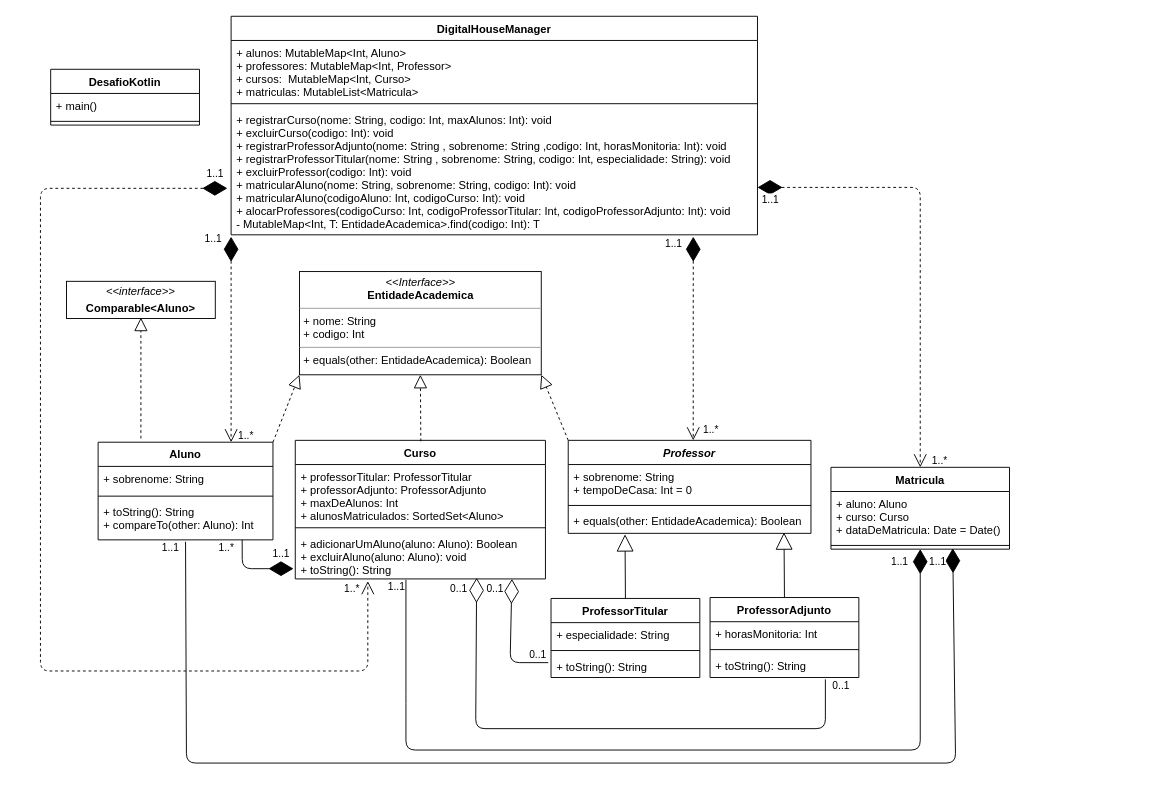
The draw.io diagram UML/sistema_academico.drawio in anandacamara/sistema_academico, before the edit. Source tidied: cells renumbered, new cells numbered last; positions are measured from the earlier drawing's top-left corner, leaving out a move shared by most shapes. Both pictures are drawn from the tidied source at 93%, with x=0, y=0 at pixel (40, 16).
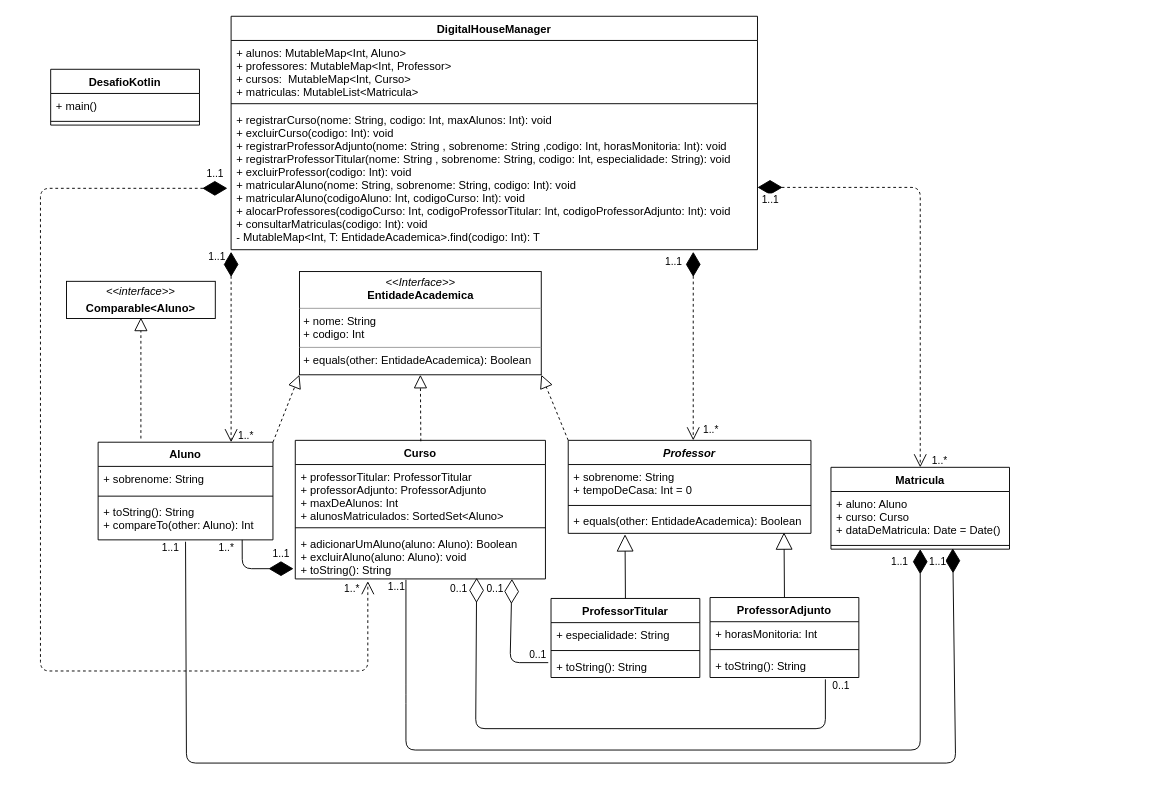
After the change.

Commit message (it also covers changes not shown here):
Parte K - Atualização do UML com fun consultarMatriculas

Diff of the diagram source:
```diff
@@
     <mxCell id="2" value="DigitalHouseManager" style="swimlane;fontStyle=1;align=center;verticalAlign=top;horizontal=1;startSize=26;" parent="1" vertex="1">
-      <mxGeometry x="205" width="566" height="235" as="geometry" />
+      <mxGeometry x="205" width="566" height="251" as="geometry" />
     </mxCell>
@@
-    <mxCell id="5" value="+ registrarCurso(nome: String, codigo: Int, maxAlunos: Int): void&#10;+ excluirCurso(codigo: Int): void&#10;+ registrarProfessorAdjunto(nome: String , sobrenome: String ,codigo: Int, horasMonitoria: Int): void&#10;+ registrarProfessorTitular(nome: String , sobrenome: String, codigo: Int, especialidade: String): void&#10;+ excluirProfessor(codigo: Int): void&#10;+ matricularAluno(nome: String, sobrenome: String, codigo: Int): void&#10;+ matricularAluno(codigoAluno: Int, codigoCurso: Int): void&#10;+ alocarProfessores(codigoCurso: Int, codigoProfessorTitular: Int, codigoProfessorAdjunto: Int): void&#10;- MutableMap&lt;Int, T: EntidadeAcademica&gt;.find(codigo: Int): T&#10;&#10;" style="text;strokeColor=none;fillColor=none;align=left;verticalAlign=top;spacingLeft=4;spacingRight=4;overflow=hidden;points=[[0,0.5],[1,0.5]];portConstraint=eastwest;" parent="2" vertex="1">
-      <mxGeometry y="98" width="566" height="137" as="geometry" />
+    <mxCell id="5" value="+ registrarCurso(nome: String, codigo: Int, maxAlunos: Int): void&#10;+ excluirCurso(codigo: Int): void&#10;+ registrarProfessorAdjunto(nome: String , sobrenome: String ,codigo: Int, horasMonitoria: Int): void&#10;+ registrarProfessorTitular(nome: String , sobrenome: String, codigo: Int, especialidade: String): void&#10;+ excluirProfessor(codigo: Int): void&#10;+ matricularAluno(nome: String, sobrenome: String, codigo: Int): void&#10;+ matricularAluno(codigoAluno: Int, codigoCurso: Int): void&#10;+ alocarProfessores(codigoCurso: Int, codigoProfessorTitular: Int, codigoProfessorAdjunto: Int): void&#10;+ consultarMatriculas(codigo: Int): void&#10;- MutableMap&lt;Int, T: EntidadeAcademica&gt;.find(codigo: Int): T&#10;&#10;" style="text;strokeColor=none;fillColor=none;align=left;verticalAlign=top;spacingLeft=4;spacingRight=4;overflow=hidden;points=[[0,0.5],[1,0.5]];portConstraint=eastwest;" parent="2" vertex="1">
+      <mxGeometry y="98" width="566" height="153" as="geometry" />
     </mxCell>
@@
     <mxCell id="28" value="1..1" style="edgeLabel;html=1;align=left;verticalAlign=top;" parent="1" vertex="1">
-      <mxGeometry x="175" y="226" width="220" as="geometry" />
+      <mxGeometry x="179" y="246" width="220" as="geometry" />
     </mxCell>
@@
     <mxCell id="30" value="1..1" style="edgeLabel;html=1;align=left;verticalAlign=top;" parent="1" vertex="1">
-      <mxGeometry x="670" y="232" width="220" as="geometry" />
+      <mxGeometry x="670" y="251" width="220" as="geometry" />
     </mxCell>
```
